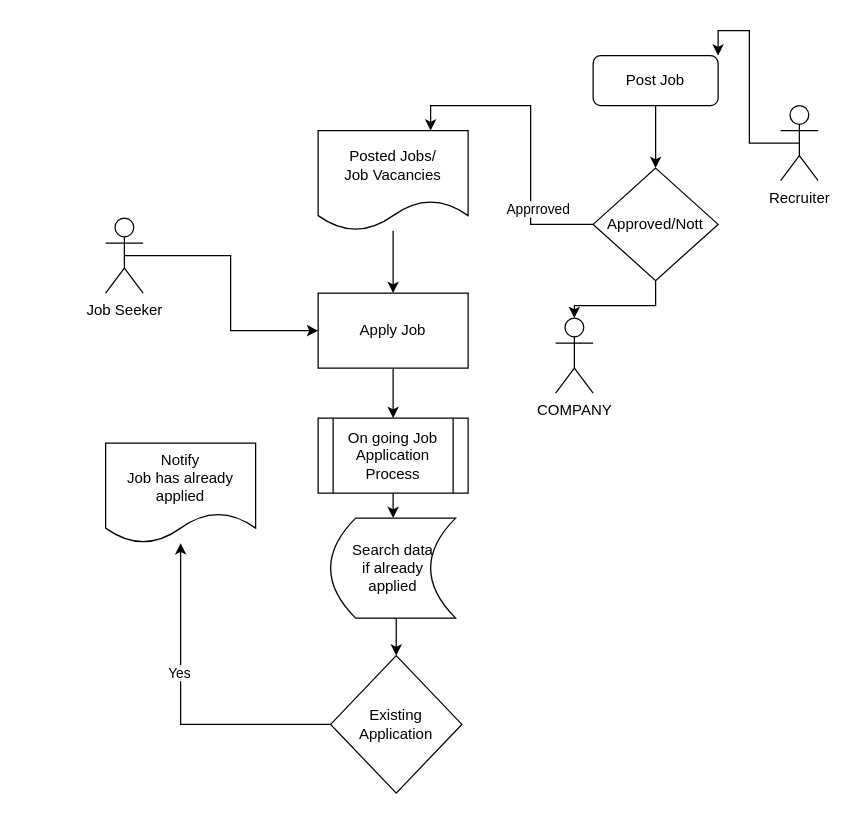
The draw.io diagram Untitled Diagram.drawio in johnjumaritz/Conceptual_Framework-JFS, before the edit. Source tidied: cells renumbered, new cells numbered last; positions are measured from the earlier drawing's top-left corner, leaving out a move shared by most shapes. Both pictures are drawn from the tidied source at 125%, with x=0, y=0 at pixel (105, 55).
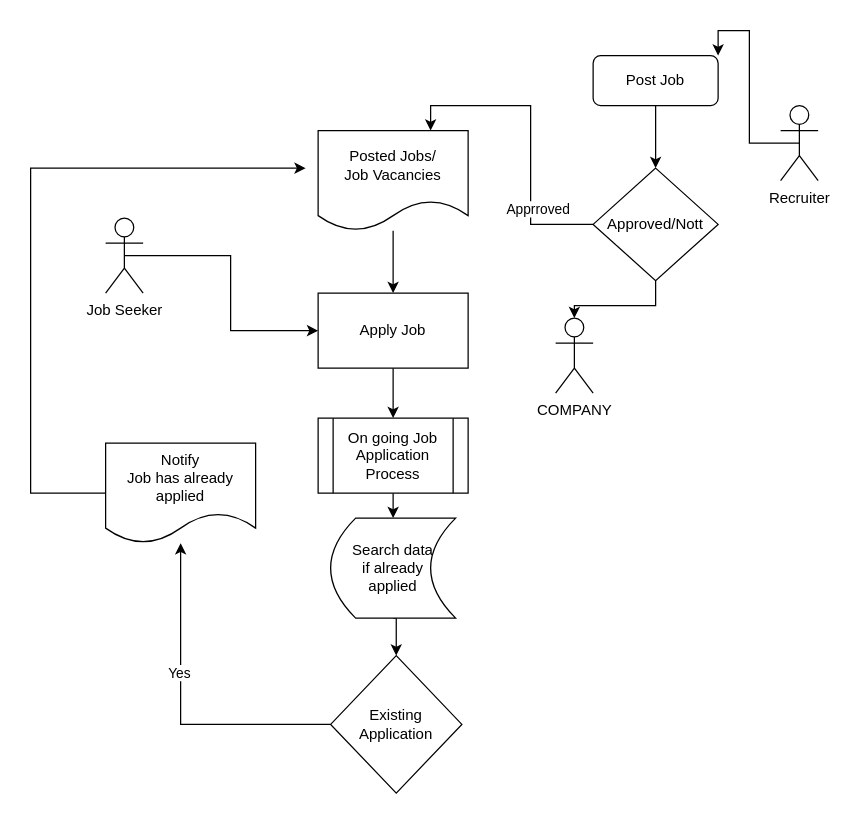
Above is the later version.

The change refers to these unchanged cells:
```xml
<mxCell id="24" value="Notify&lt;br&gt;Job has already applied" style="shape=document;whiteSpace=wrap;html=1;boundedLbl=1;" parent="1" vertex="1">
  <mxGeometry y="310" width="120" height="80" as="geometry" />
</mxCell>
```

What changed in the source:
```diff
@@
+    <mxCell id="25" style="edgeStyle=orthogonalEdgeStyle;rounded=0;jettySize=auto;html=1;" parent="1" edge="1" source="24">
+      <mxGeometry relative="1" as="geometry">
+        <mxPoint x="160" y="90" as="targetPoint" />
+        <Array as="points">
+          <mxPoint x="-60" y="350" />
+          <mxPoint x="-60" y="90" />
+        </Array>
+      </mxGeometry>
+    </mxCell>
```
